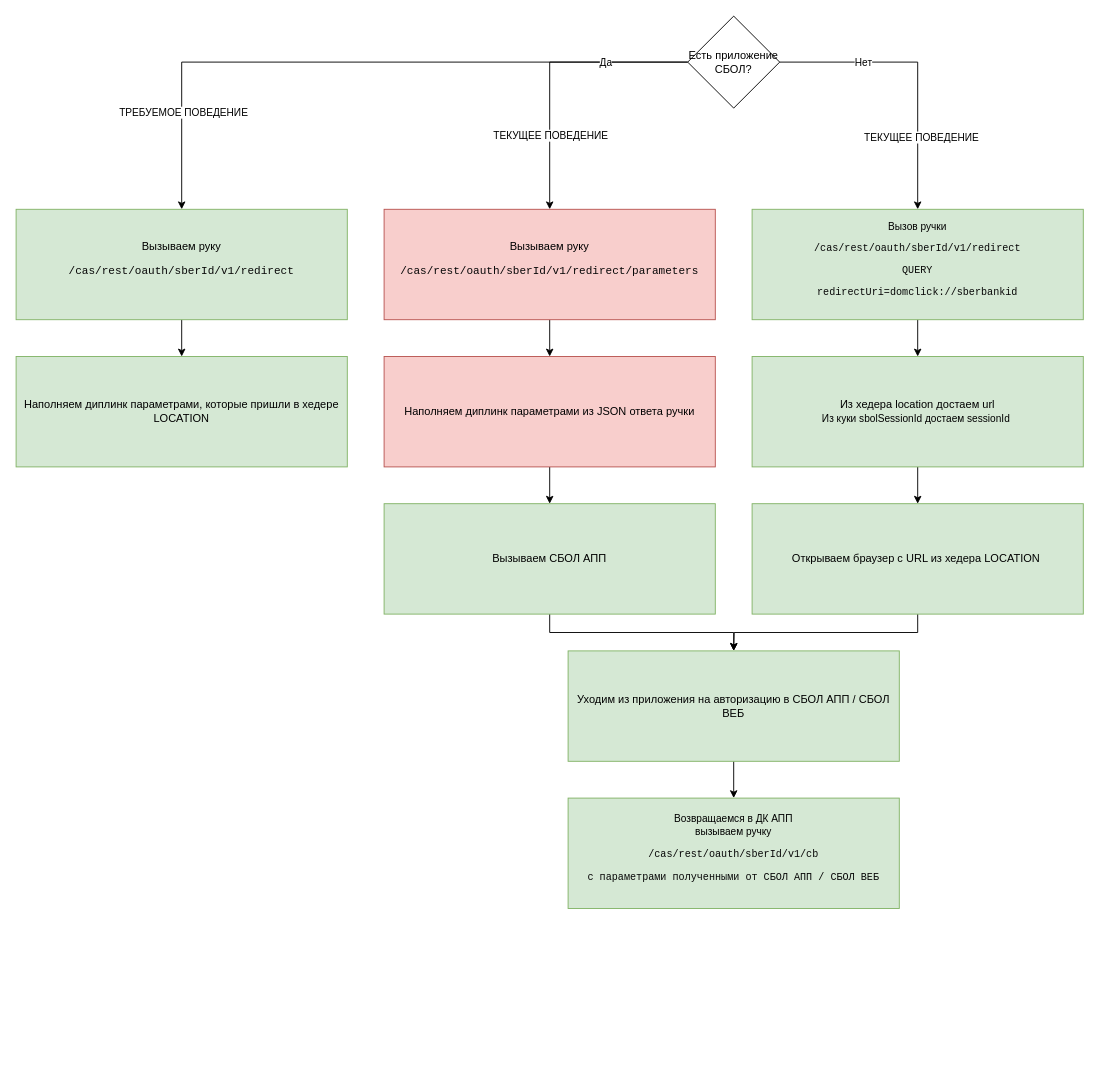
Above: dc_auth_sbol_flows.drawio in Lomovskiy/drawio (draw.io), before the change. Source tidied: cells renumbered, new cells numbered last; positions are measured from the earlier drawing's top-left corner, leaving out a move shared by most shapes. Both pictures are drawn from the tidied source at 92%, with x=0, y=0 at pixel (16, 16).
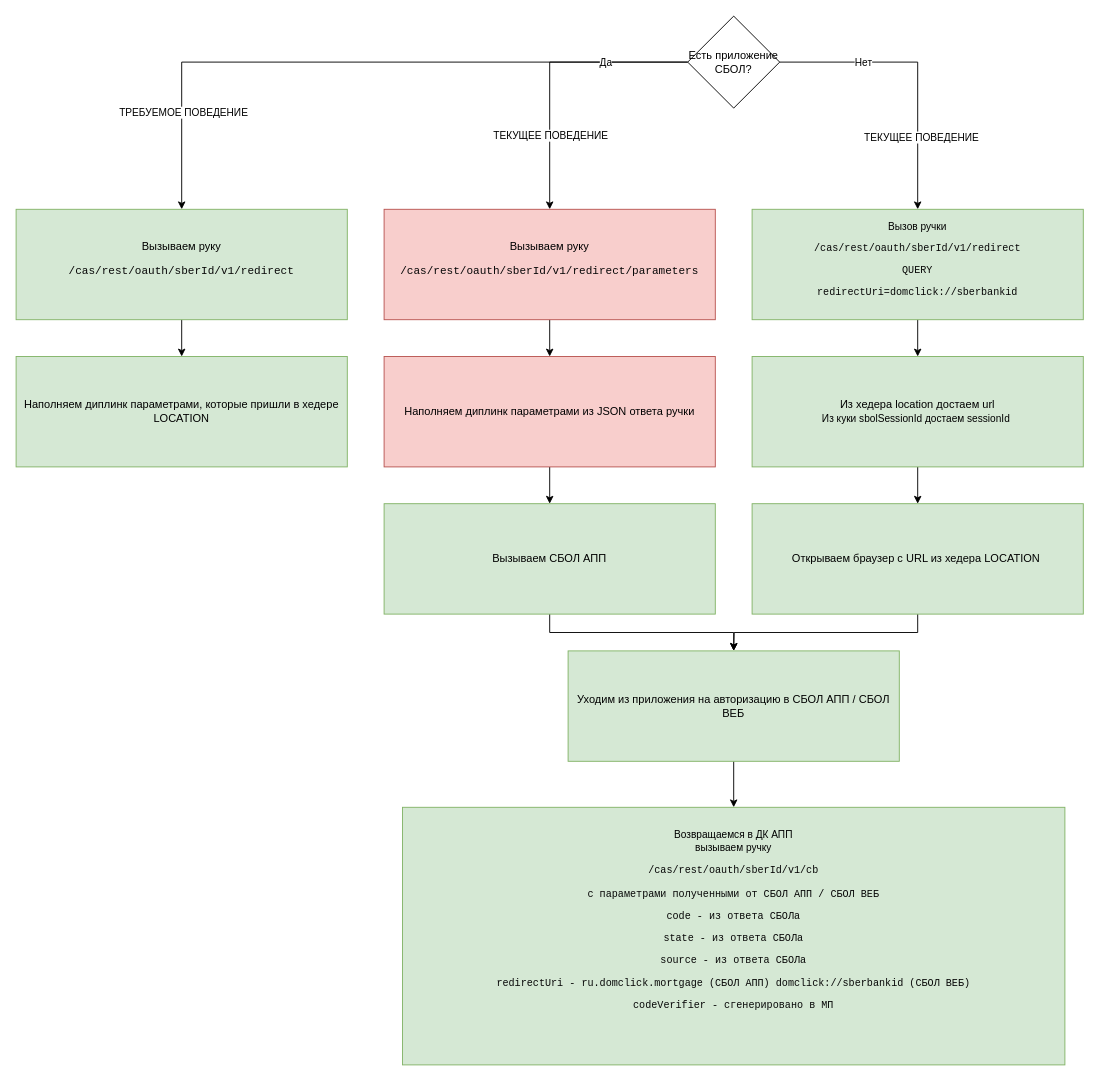
Above is the later version.

Diff of the diagram source:
```diff
@@
-    <mxCell id="28" value="&lt;font style=&quot;font-size: 11px;&quot;&gt;Возвращаемся в ДК АПП&lt;br&gt;вызываем ручку&lt;br&gt;&lt;/font&gt;&lt;div style=&quot;color: rgb(8, 8, 8); font-family: Menlo, monospace; font-size: 11px;&quot;&gt;&lt;pre style=&quot;&quot;&gt;&lt;font style=&quot;font-size: 11px;&quot;&gt;/cas/rest/oauth/sberId/v1/cb&lt;br&gt;&lt;br&gt;с параметрами полученными от СБОЛ АПП / СБОЛ ВЕБ&lt;/font&gt;&lt;/pre&gt;&lt;/div&gt;" style="rounded=0;whiteSpace=wrap;html=1;fillColor=#d5e8d4;strokeColor=#82b366;labelBackgroundColor=none;" parent="1" vertex="1">
-      <mxGeometry x="600" y="850" width="360" height="120" as="geometry" />
+    <mxCell id="28" value="&lt;font style=&quot;font-size: 11px;&quot;&gt;Возвращаемся в ДК АПП&lt;br&gt;вызываем ручку&lt;br&gt;&lt;/font&gt;&lt;div style=&quot;color: rgb(8, 8, 8); font-family: Menlo, monospace; font-size: 11px;&quot;&gt;&lt;pre style=&quot;&quot;&gt;&lt;font style=&quot;font-size: 11px;&quot;&gt;/cas/rest/oauth/sberId/v1/cb&lt;br&gt;&lt;br&gt;с параметрами полученными от СБОЛ АПП / СБОЛ ВЕБ&lt;/font&gt;&lt;/pre&gt;&lt;pre style=&quot;&quot;&gt;&lt;font style=&quot;font-size: 11px;&quot;&gt;&lt;div style=&quot;font-family: Menlo, monospace;&quot;&gt;&lt;pre style=&quot;&quot;&gt;&lt;font style=&quot;font-size: 11px;&quot;&gt;code - из ответа СБОЛа&lt;/font&gt;&lt;/pre&gt;&lt;pre style=&quot;&quot;&gt;&lt;font style=&quot;font-size: 11px;&quot;&gt;state - из ответа СБОЛа&lt;/font&gt;&lt;/pre&gt;&lt;pre style=&quot;&quot;&gt;&lt;font style=&quot;font-size: 11px;&quot;&gt;source - из ответа СБОЛа&lt;/font&gt;&lt;/pre&gt;&lt;pre style=&quot;&quot;&gt;&lt;font style=&quot;font-size: 11px;&quot;&gt;redirectUri - ru.domclick.mortgage (СБОЛ АПП) domclick://sberbankid (СБОЛ ВЕБ)&lt;/font&gt;&lt;/pre&gt;&lt;pre style=&quot;&quot;&gt;&lt;div style=&quot;font-family: Menlo, monospace;&quot;&gt;&lt;pre&gt;&lt;font style=&quot;font-size: 11px;&quot;&gt;codeVerifier - сгенерировано в МП&lt;/font&gt;&lt;/pre&gt;&lt;/div&gt;&lt;/pre&gt;&lt;pre style=&quot;&quot;&gt;&lt;div style=&quot;font-family: Menlo, monospace;&quot;&gt;&lt;pre style=&quot;&quot;&gt;&lt;div style=&quot;font-family: Menlo, monospace;&quot;&gt;&lt;pre style=&quot;&quot;&gt;&lt;div style=&quot;font-family: Menlo, monospace;&quot;&gt;&lt;pre&gt;&lt;br&gt;&lt;/pre&gt;&lt;/div&gt;&lt;/pre&gt;&lt;/div&gt;&lt;/pre&gt;&lt;/div&gt;&lt;/pre&gt;&lt;/div&gt;&lt;/font&gt;&lt;/pre&gt;&lt;/div&gt;" style="rounded=0;whiteSpace=wrap;html=1;fillColor=#d5e8d4;strokeColor=#82b366;labelBackgroundColor=none;" parent="1" vertex="1">
+      <mxGeometry x="420" y="860" width="720" height="280" as="geometry" />
     </mxCell>
```
